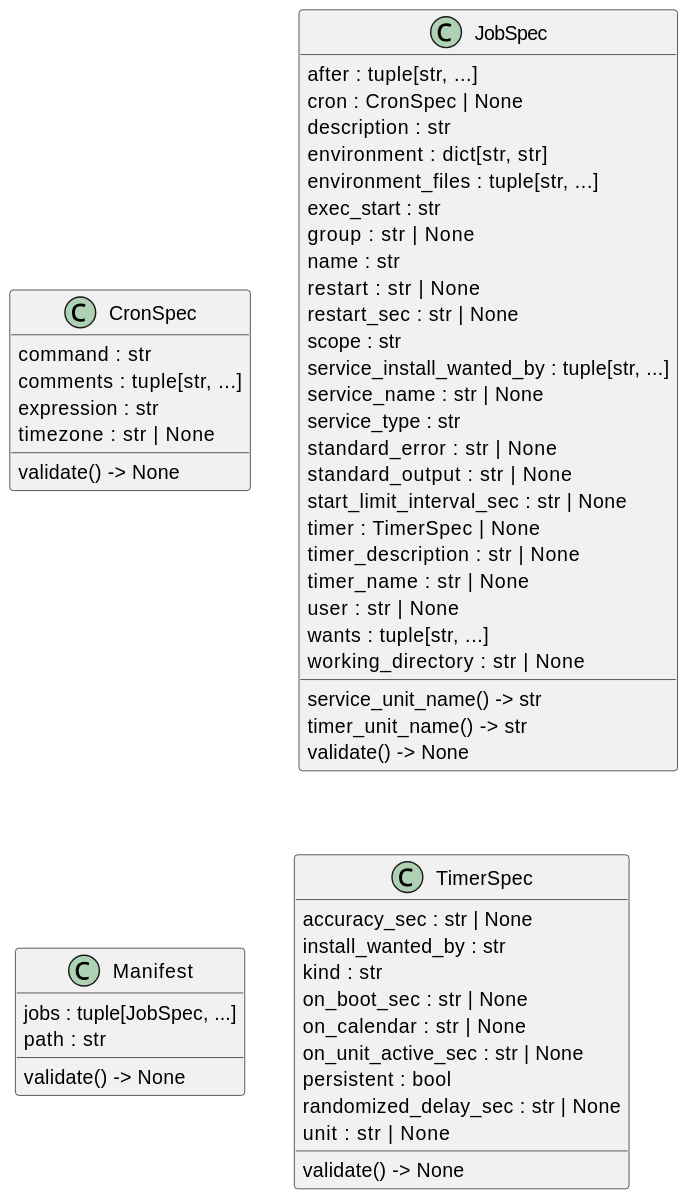
The PlantUML diagram docs/diagrams/python-classes.puml.svg in casonk/clockwork, before a commit.
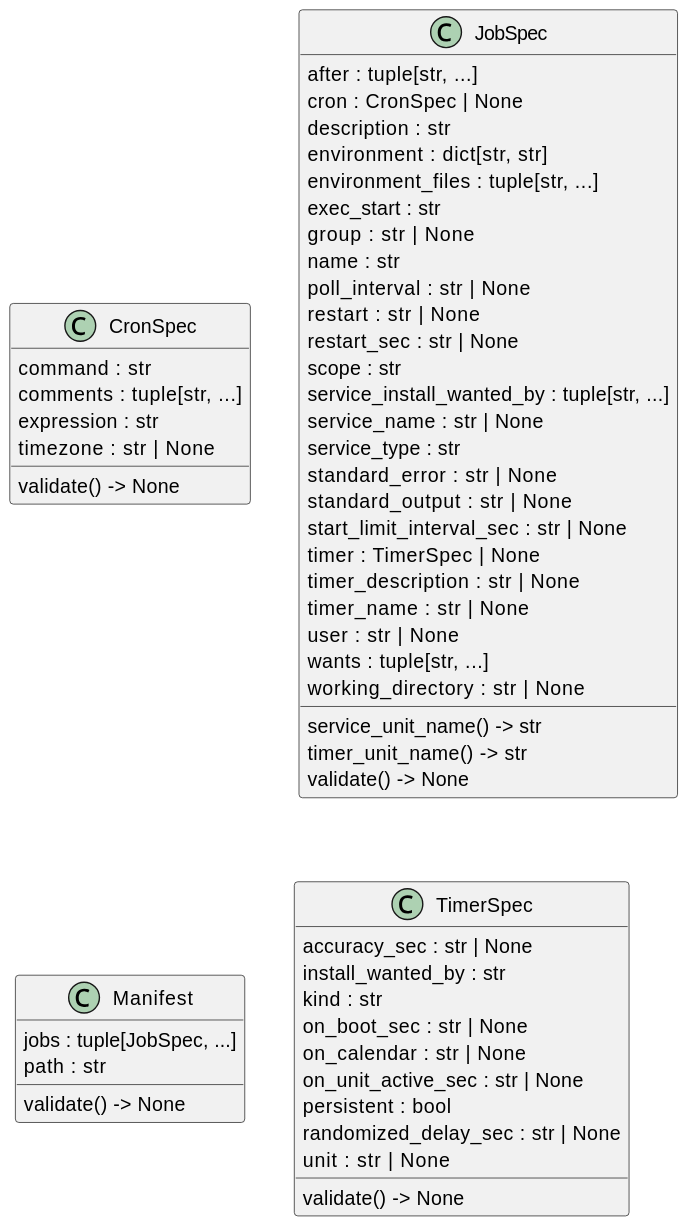
The same file after the commit.

What changed in the source:
```diff
@@ -1,13 +1,13 @@
 @startuml
 set namespaceSeparator none
-class "CronSpec" as clockwork.model.CronSpec {
+class "CronSpec" as src.clockwork.model.CronSpec {
   command : str
   comments : tuple[str, ...]
   expression : str
   timezone : str | None
   validate() -> None
 }
-class "JobSpec" as clockwork.model.JobSpec {
+class "JobSpec" as src.clockwork.model.JobSpec {
   after : tuple[str, ...]
   cron : CronSpec | None
   description : str
@@ -16,6 +16,7 @@
   exec_start : str
   group : str | None
   name : str
+  poll_interval : str | None
   restart : str | None
   restart_sec : str | None
   scope : str
@@ -35,12 +36,12 @@
   timer_unit_name() -> str
   validate() -> None
 }
-class "Manifest" as clockwork.model.Manifest {
+class "Manifest" as src.clockwork.model.Manifest {
   jobs : tuple[JobSpec, ...]
   path : str
   validate() -> None
 }
-class "TimerSpec" as clockwork.model.TimerSpec {
+class "TimerSpec" as src.clockwork.model.TimerSpec {
   accuracy_sec : str | None
   install_wanted_by : str
   kind : str
```
